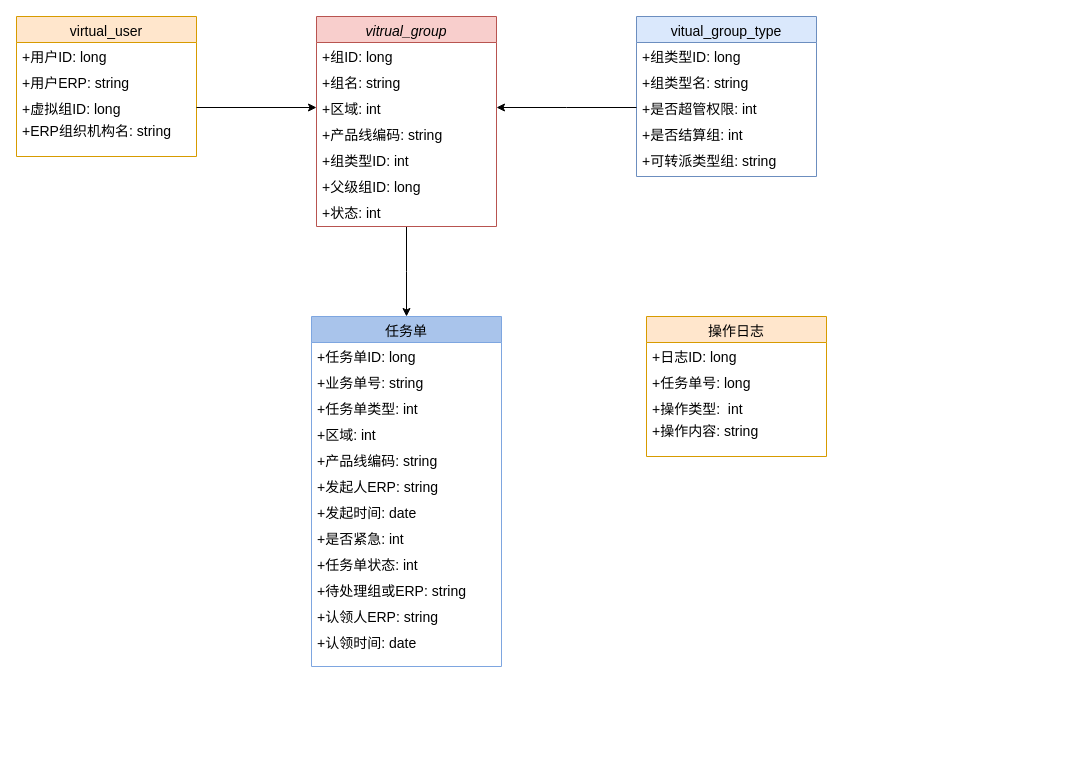
The draw.io diagram 信航中心表设计.drawio in satcon/MyBlog, before the edit. Source tidied: cells renumbered, new cells numbered last; positions are measured from the earlier drawing's top-left corner, leaving out a move shared by most shapes. Both pictures are drawn from the tidied source at 100%, with x=0, y=0 at pixel (16, 16).
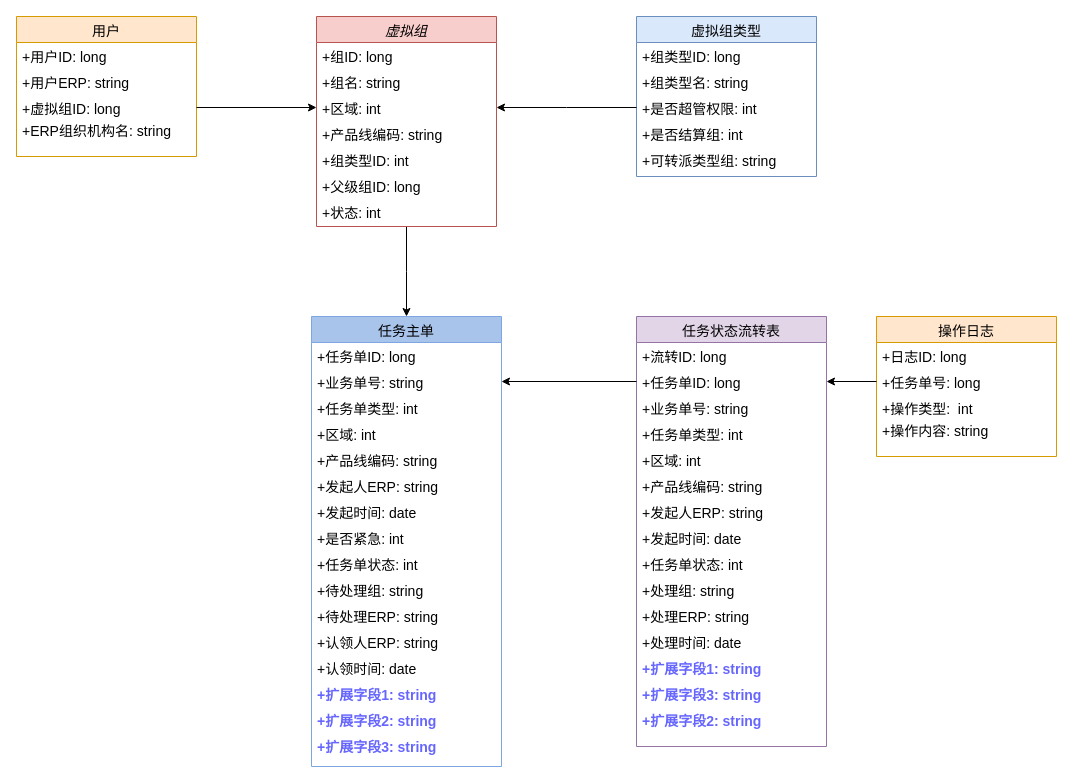
After the change.

Commit message:
更新信航中心表设计.drawio

Unchanged cells that the change refers to:
```xml
<mxCell id="18" value="+业务单号: string" style="text;align=left;verticalAlign=top;spacingLeft=4;spacingRight=4;overflow=hidden;points=[[0,0.5],[1,0.5]];portConstraint=eastwest;fontSize=14;" parent="16" vertex="1">
  <mxGeometry y="52" width="190" height="26" as="geometry" />
</mxCell>
<mxCell id="39" value="+任务单号: long" style="text;align=left;verticalAlign=top;spacingLeft=4;spacingRight=4;overflow=hidden;points=[[0,0.5],[1,0.5]];portConstraint=eastwest;rounded=0;shadow=0;html=0;fontSize=14;" parent="37" vertex="1">
  <mxGeometry y="52" width="180" height="26" as="geometry" />
</mxCell>
```

Change to the diagram source:
```diff
@@
-    <mxCell id="3" value="vitrual_group" style="swimlane;fontStyle=2;align=center;verticalAlign=top;horizontal=1;startSize=26;rounded=0;shadow=0;strokeWidth=1;fillColor=#f8cecc;strokeColor=#b85450;fontSize=14;" parent="1" vertex="1">
+    <mxCell id="3" value="虚拟组" style="swimlane;fontStyle=2;align=center;verticalAlign=top;horizontal=1;startSize=26;rounded=0;shadow=0;strokeWidth=1;fillColor=#f8cecc;strokeColor=#b85450;fontSize=14;" parent="1" vertex="1">
       <mxGeometry x="300" width="180" height="210" as="geometry" />
     </mxCell>
@@
-    <mxCell id="11" value="virtual_user" style="swimlane;fontStyle=0;align=center;verticalAlign=top;horizontal=1;startSize=26;rounded=0;shadow=0;strokeWidth=1;fillColor=#ffe6cc;strokeColor=#d79b00;fontSize=14;" parent="1" vertex="1">
+    <mxCell id="11" value="用户" style="swimlane;fontStyle=0;align=center;verticalAlign=top;horizontal=1;startSize=26;rounded=0;shadow=0;strokeWidth=1;fillColor=#ffe6cc;strokeColor=#d79b00;fontSize=14;" parent="1" vertex="1">
       <mxGeometry width="180" height="140" as="geometry" />
     </mxCell>
@@
-    <mxCell id="16" value="任务单" style="swimlane;fontStyle=0;align=center;verticalAlign=top;horizontal=1;startSize=26;rounded=0;shadow=0;strokeWidth=1;fillColor=#A9C4EB;strokeColor=#7EA6E0;fontSize=14;" parent="1" vertex="1">
-      <mxGeometry x="295" y="300" width="190" height="350" as="geometry" />
+    <mxCell id="16" value="任务主单" style="swimlane;fontStyle=0;align=center;verticalAlign=top;horizontal=1;startSize=26;rounded=0;shadow=0;strokeWidth=1;fillColor=#A9C4EB;strokeColor=#7EA6E0;fontSize=14;" parent="1" vertex="1">
+      <mxGeometry x="295" y="300" width="190" height="450" as="geometry" />
     </mxCell>
@@
+    <mxCell id="42" value="+待处理组: string&#10;" style="text;align=left;verticalAlign=top;spacingLeft=4;spacingRight=4;overflow=hidden;fontSize=14;" parent="16" vertex="1">
+      <mxGeometry y="260" width="190" height="26" as="geometry" />
+    </mxCell>
-    <mxCell id="26" value="+待处理组或ERP: string&#10;" style="text;align=left;verticalAlign=top;spacingLeft=4;spacingRight=4;overflow=hidden;fontSize=14;" parent="16" vertex="1">
-      <mxGeometry y="260" width="190" height="26" as="geometry" />
+    <mxCell id="26" value="+待处理ERP: string&#10;" style="text;align=left;verticalAlign=top;spacingLeft=4;spacingRight=4;overflow=hidden;fontSize=14;" parent="16" vertex="1">
+      <mxGeometry y="286" width="190" height="26" as="geometry" />
     </mxCell>
     <mxCell id="27" value="+认领人ERP: string&#10;" style="text;align=left;verticalAlign=top;spacingLeft=4;spacingRight=4;overflow=hidden;fontSize=14;" parent="16" vertex="1">
-      <mxGeometry y="286" width="190" height="26" as="geometry" />
+      <mxGeometry y="312" width="190" height="26" as="geometry" />
     </mxCell>
     <mxCell id="28" value="+认领时间: date&#10;" style="text;align=left;verticalAlign=top;spacingLeft=4;spacingRight=4;overflow=hidden;fontSize=14;" parent="16" vertex="1">
-      <mxGeometry y="312" width="190" height="26" as="geometry" />
+      <mxGeometry y="338" width="190" height="26" as="geometry" />
     </mxCell>
+    <mxCell id="43" value="+扩展字段1: string&#10;" style="text;align=left;verticalAlign=top;spacingLeft=4;spacingRight=4;overflow=hidden;fontSize=14;labelBorderColor=none;strokeColor=none;fontColor=#6666FF;fontStyle=1;" parent="16" vertex="1">
+      <mxGeometry y="364" width="190" height="26" as="geometry" />
+    </mxCell>
+    <mxCell id="44" value="+扩展字段2: string&#10;" style="text;align=left;verticalAlign=top;spacingLeft=4;spacingRight=4;overflow=hidden;fontSize=14;labelBorderColor=none;strokeColor=none;fontColor=#6666FF;fontStyle=1;" parent="16" vertex="1">
+      <mxGeometry y="390" width="190" height="26" as="geometry" />
+    </mxCell>
+    <mxCell id="45" value="+扩展字段3: string&#10;" style="text;align=left;verticalAlign=top;spacingLeft=4;spacingRight=4;overflow=hidden;fontSize=14;labelBorderColor=none;strokeColor=none;fontColor=#6666FF;fontStyle=1;" parent="16" vertex="1">
+      <mxGeometry y="416" width="190" height="26" as="geometry" />
+    </mxCell>
-    <mxCell id="29" value="vitual_group_type" style="swimlane;fontStyle=0;align=center;verticalAlign=top;horizontal=1;startSize=26;rounded=0;shadow=0;strokeWidth=1;fillColor=#dae8fc;strokeColor=#6c8ebf;fontSize=14;" parent="1" vertex="1">
+    <mxCell id="29" value="虚拟组类型" style="swimlane;fontStyle=0;align=center;verticalAlign=top;horizontal=1;startSize=26;rounded=0;shadow=0;strokeWidth=1;fillColor=#dae8fc;strokeColor=#6c8ebf;fontSize=14;" parent="1" vertex="1">
       <mxGeometry x="620" width="180" height="160" as="geometry" />
     </mxCell>
@@
     <mxCell id="37" value="操作日志" style="swimlane;fontStyle=0;align=center;verticalAlign=top;horizontal=1;startSize=26;rounded=0;shadow=0;strokeWidth=1;fillColor=#ffe6cc;strokeColor=#d79b00;fontSize=14;" parent="1" vertex="1">
-      <mxGeometry x="630" y="300" width="180" height="140" as="geometry" />
+      <mxGeometry x="860" y="300" width="180" height="140" as="geometry" />
     </mxCell>
@@
+    <mxCell id="46" value="任务状态流转表" style="swimlane;fontStyle=0;align=center;verticalAlign=top;horizontal=1;startSize=26;rounded=0;shadow=0;strokeWidth=1;fillColor=#e1d5e7;strokeColor=#9673a6;fontSize=14;" parent="1" vertex="1">
+      <mxGeometry x="620" y="300" width="190" height="430" as="geometry" />
+    </mxCell>
+    <mxCell id="47" value="+流转ID: long&#10;" style="text;align=left;verticalAlign=top;spacingLeft=4;spacingRight=4;overflow=hidden;fontSize=14;" parent="46" vertex="1">
+      <mxGeometry y="26" width="190" height="26" as="geometry" />
+    </mxCell>
+    <mxCell id="48" value="+任务单ID: long&#10;" style="text;align=left;verticalAlign=top;spacingLeft=4;spacingRight=4;overflow=hidden;points=[[0,0.5],[1,0.5]];portConstraint=eastwest;fontSize=14;" parent="46" vertex="1">
+      <mxGeometry y="52" width="190" height="26" as="geometry" />
+    </mxCell>
+    <mxCell id="49" value="+业务单号: string" style="text;align=left;verticalAlign=top;spacingLeft=4;spacingRight=4;overflow=hidden;fontSize=14;" parent="46" vertex="1">
+      <mxGeometry y="78" width="190" height="26" as="geometry" />
+    </mxCell>
+    <mxCell id="50" value="+任务单类型: int" style="text;align=left;verticalAlign=top;spacingLeft=4;spacingRight=4;overflow=hidden;fontSize=14;" parent="46" vertex="1">
+      <mxGeometry y="104" width="190" height="26" as="geometry" />
+    </mxCell>
+    <mxCell id="51" value="+区域: int&#10;" style="text;align=left;verticalAlign=top;spacingLeft=4;spacingRight=4;overflow=hidden;fontSize=14;" parent="46" vertex="1">
+      <mxGeometry y="130" width="190" height="26" as="geometry" />
+    </mxCell>
+    <mxCell id="52" value="+产品线编码: string&#10;" style="text;align=left;verticalAlign=top;spacingLeft=4;spacingRight=4;overflow=hidden;fontSize=14;" parent="46" vertex="1">
+      <mxGeometry y="156" width="190" height="26" as="geometry" />
+    </mxCell>
+    <mxCell id="53" value="+发起人ERP: string&#10;" style="text;align=left;verticalAlign=top;spacingLeft=4;spacingRight=4;overflow=hidden;fontSize=14;" parent="46" vertex="1">
+      <mxGeometry y="182" width="190" height="26" as="geometry" />
+    </mxCell>
+    <mxCell id="54" value="+发起时间: date&#10;" style="text;align=left;verticalAlign=top;spacingLeft=4;spacingRight=4;overflow=hidden;fontSize=14;" parent="46" vertex="1">
+      <mxGeometry y="208" width="190" height="26" as="geometry" />
+    </mxCell>
+    <mxCell id="55" value="+任务单状态: int&#10;" style="text;align=left;verticalAlign=top;spacingLeft=4;spacingRight=4;overflow=hidden;fontSize=14;" parent="46" vertex="1">
+      <mxGeometry y="234" width="190" height="26" as="geometry" />
+    </mxCell>
+    <mxCell id="56" value="+处理组: string&#10;" style="text;align=left;verticalAlign=top;spacingLeft=4;spacingRight=4;overflow=hidden;fontSize=14;" parent="46" vertex="1">
+      <mxGeometry y="260" width="190" height="26" as="geometry" />
+    </mxCell>
+    <mxCell id="57" value="+处理ERP: string&#10;" style="text;align=left;verticalAlign=top;spacingLeft=4;spacingRight=4;overflow=hidden;fontSize=14;" parent="46" vertex="1">
+      <mxGeometry y="286" width="190" height="26" as="geometry" />
+    </mxCell>
+    <mxCell id="58" value="+处理时间: date&#10;" style="text;align=left;verticalAlign=top;spacingLeft=4;spacingRight=4;overflow=hidden;fontSize=14;" parent="46" vertex="1">
+      <mxGeometry y="312" width="190" height="26" as="geometry" />
+    </mxCell>
+    <mxCell id="59" value="+扩展字段1: string&#10;" style="text;align=left;verticalAlign=top;spacingLeft=4;spacingRight=4;overflow=hidden;fontSize=14;labelBorderColor=none;strokeColor=none;fontColor=#6666FF;fontStyle=1;" parent="46" vertex="1">
+      <mxGeometry y="338" width="190" height="26" as="geometry" />
+    </mxCell>
+    <mxCell id="60" value="+扩展字段3: string&#10;" style="text;align=left;verticalAlign=top;spacingLeft=4;spacingRight=4;overflow=hidden;fontSize=14;labelBorderColor=none;strokeColor=none;fontColor=#6666FF;fontStyle=1;" parent="46" vertex="1">
+      <mxGeometry y="364" width="190" height="26" as="geometry" />
+    </mxCell>
+    <mxCell id="61" value="+扩展字段2: string&#10;" style="text;align=left;verticalAlign=top;spacingLeft=4;spacingRight=4;overflow=hidden;fontSize=14;labelBorderColor=none;strokeColor=none;fontColor=#6666FF;fontStyle=1;" parent="46" vertex="1">
+      <mxGeometry y="390" width="190" height="26" as="geometry" />
+    </mxCell>
+    <mxCell id="62" style="edgeStyle=orthogonalEdgeStyle;rounded=0;jettySize=auto;html=1;entryX=1;entryY=0.5;entryDx=0;entryDy=0;" parent="1" edge="1" source="48" target="18">
+      <mxGeometry relative="1" as="geometry" />
+    </mxCell>
+    <mxCell id="63" style="edgeStyle=orthogonalEdgeStyle;rounded=0;jettySize=auto;html=1;entryX=1;entryY=0.5;entryDx=0;entryDy=0;" parent="1" edge="1" source="39" target="48">
+      <mxGeometry relative="1" as="geometry" />
+    </mxCell>
```
